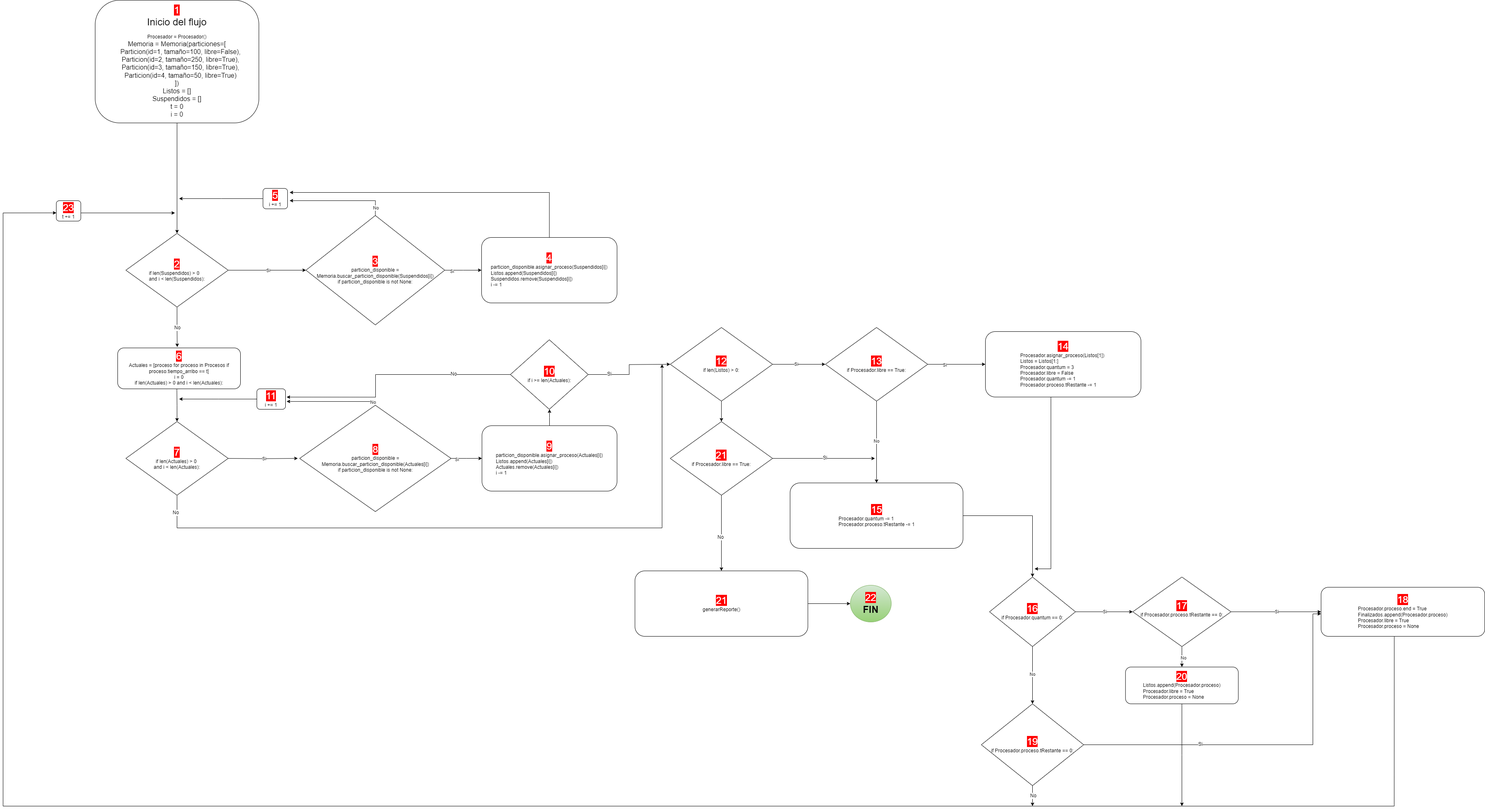
julioacostapallud/simuladorSO keeps this draw.io diagram as Simulador.drawio.png. Above is the earlier version. Source tidied: cells renumbered, new cells last; positions are measured from the earlier drawing's top-left corner, leaving out a move shared by most shapes.
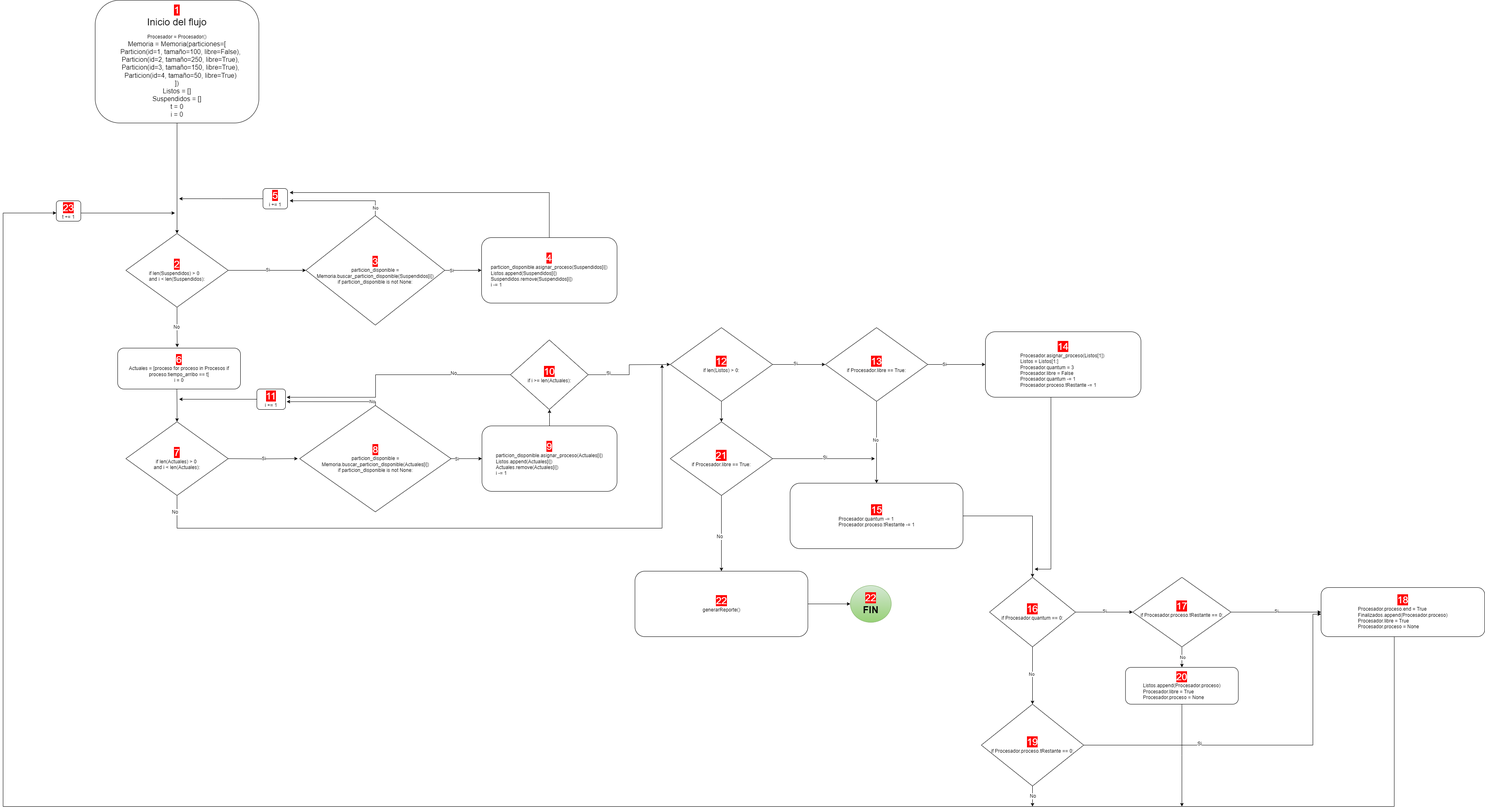
The same file after the commit.

What changed in the source:
```diff
@@ -49,7 +49,7 @@
     <mxCell id="13" value="&lt;div&gt;&lt;font style=&quot;font-size: 12px;&quot;&gt;&lt;span style=&quot;color: rgb(255, 255, 255); font-size: 24px; background-color: rgb(255, 0, 0);&quot;&gt;4&lt;/span&gt;&lt;br&gt;&lt;/font&gt;&lt;/div&gt;&lt;div style=&quot;text-align: left;&quot;&gt;&lt;span style=&quot;background-color: initial;&quot;&gt;particion_disponible.asignar_proceso(Suspendidos[i])&lt;/span&gt;&lt;/div&gt;&lt;div style=&quot;text-align: left;&quot;&gt;&lt;span style=&quot;background-color: initial;&quot;&gt;Listos.append(Suspendidos[i])&lt;/span&gt;&lt;/div&gt;&lt;div style=&quot;text-align: left;&quot;&gt;&lt;span style=&quot;background-color: initial;&quot;&gt;Suspendidos.remove(Suspendidos[i])&lt;/span&gt;&lt;/div&gt;&lt;div style=&quot;text-align: left;&quot;&gt;&lt;span style=&quot;background-color: initial;&quot;&gt;i -= &lt;/span&gt;&lt;span style=&quot;background-color: initial;&quot; class=&quot;hljs-number&quot;&gt;1&lt;/span&gt;&lt;/div&gt;" style="rounded=1;whiteSpace=wrap;html=1;" parent="1" vertex="1">
       <mxGeometry x="1169" y="580" width="331" height="160" as="geometry" />
     </mxCell>
-    <mxCell id="14" value="&lt;div&gt;&lt;font color=&quot;#ffffff&quot;&gt;&lt;span style=&quot;font-size: 24px; background-color: rgb(255, 0, 0);&quot;&gt;6&lt;/span&gt;&lt;/font&gt;&lt;/div&gt;&lt;div&gt;&lt;span style=&quot;background-color: initial;&quot;&gt;Actuales = [proceso &lt;/span&gt;&lt;span style=&quot;background-color: initial;&quot; class=&quot;hljs-keyword&quot;&gt;for&lt;/span&gt;&lt;span style=&quot;background-color: initial;&quot;&gt; proceso &lt;/span&gt;&lt;span style=&quot;background-color: initial;&quot; class=&quot;hljs-keyword&quot;&gt;in&lt;/span&gt;&lt;span style=&quot;background-color: initial;&quot;&gt; Procesos &lt;/span&gt;&lt;span style=&quot;background-color: initial;&quot; class=&quot;hljs-keyword&quot;&gt;if&lt;/span&gt;&lt;span style=&quot;background-color: initial;&quot;&gt; proceso.tiempo_arribo == t]&lt;/span&gt;&lt;br&gt;&lt;/div&gt;i = &lt;span class=&quot;hljs-number&quot;&gt;0&lt;/span&gt;&lt;br&gt;&lt;span class=&quot;hljs-keyword&quot;&gt;if&lt;/span&gt; &lt;span class=&quot;hljs-built_in&quot;&gt;len&lt;/span&gt;(Actuales) &amp;gt; &lt;span class=&quot;hljs-number&quot;&gt;0&lt;/span&gt; &lt;span class=&quot;hljs-keyword&quot;&gt;and&lt;/span&gt; i &amp;lt; &lt;span class=&quot;hljs-built_in&quot;&gt;len&lt;/span&gt;(Actuales):" style="rounded=1;whiteSpace=wrap;html=1;" parent="1" vertex="1">
+    <mxCell id="14" value="&lt;div&gt;&lt;font color=&quot;#ffffff&quot;&gt;&lt;span style=&quot;font-size: 24px; background-color: rgb(255, 0, 0);&quot;&gt;6&lt;/span&gt;&lt;/font&gt;&lt;/div&gt;&lt;div&gt;&lt;span style=&quot;background-color: initial;&quot;&gt;Actuales = [proceso &lt;/span&gt;&lt;span style=&quot;background-color: initial;&quot; class=&quot;hljs-keyword&quot;&gt;for&lt;/span&gt;&lt;span style=&quot;background-color: initial;&quot;&gt; proceso &lt;/span&gt;&lt;span style=&quot;background-color: initial;&quot; class=&quot;hljs-keyword&quot;&gt;in&lt;/span&gt;&lt;span style=&quot;background-color: initial;&quot;&gt; Procesos &lt;/span&gt;&lt;span style=&quot;background-color: initial;&quot; class=&quot;hljs-keyword&quot;&gt;if&lt;/span&gt;&lt;span style=&quot;background-color: initial;&quot;&gt; proceso.tiempo_arribo == t]&lt;/span&gt;&lt;br&gt;&lt;/div&gt;i = &lt;span class=&quot;hljs-number&quot;&gt;0&lt;/span&gt;" style="rounded=1;whiteSpace=wrap;html=1;" parent="1" vertex="1">
       <mxGeometry x="280" y="850" width="300" height="100" as="geometry" />
     </mxCell>
     <mxCell id="15" style="edgeStyle=orthogonalEdgeStyle;rounded=0;jettySize=auto;html=1;entryX=0.5;entryY=0;entryDx=0;entryDy=0;" parent="1" edge="1" target="18">
@@ -302,7 +302,7 @@
     <mxCell id="77" style="edgeStyle=orthogonalEdgeStyle;rounded=0;jettySize=auto;html=1;entryX=0;entryY=0.5;entryDx=0;entryDy=0;fontFamily=Helvetica;fontSize=12;fontColor=default;" parent="1" edge="1" source="78" target="66">
       <mxGeometry relative="1" as="geometry" />
     </mxCell>
-    <mxCell id="78" value="&lt;div&gt;&lt;span style=&quot;color: rgb(255, 255, 255); font-size: 24px; background-color: rgb(255, 0, 0);&quot;&gt;21&lt;/span&gt;&lt;br&gt;&lt;/div&gt;&lt;div style=&quot;text-align: left;&quot;&gt;generarReporte()&lt;/div&gt;" style="rounded=1;whiteSpace=wrap;html=1;" parent="1" vertex="1">
+    <mxCell id="78" value="&lt;div&gt;&lt;span style=&quot;color: rgb(255, 255, 255); font-size: 24px; background-color: rgb(255, 0, 0);&quot;&gt;22&lt;/span&gt;&lt;br&gt;&lt;/div&gt;&lt;div style=&quot;text-align: left;&quot;&gt;generarReporte()&lt;/div&gt;" style="rounded=1;whiteSpace=wrap;html=1;" parent="1" vertex="1">
       <mxGeometry x="1543.8" y="1395" width="422.5" height="160" as="geometry" />
     </mxCell>
     <mxCell id="79" style="edgeStyle=orthogonalEdgeStyle;rounded=0;jettySize=auto;html=1;" parent="1" edge="1" source="80">
```
